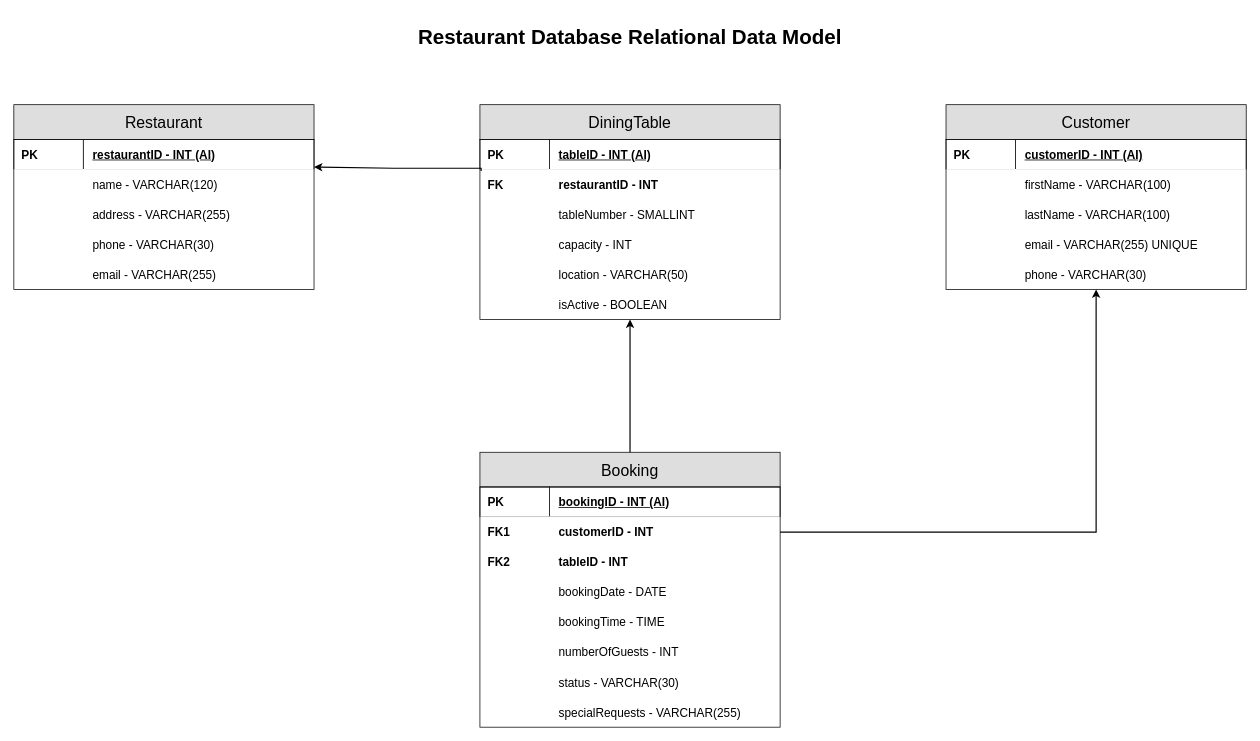
Earlier version of the draw.io diagram diagrams/Restaurant_Database_RDM.drawio (natalialukacova/RestaurantDB). Source tidied: cells renumbered, new cells numbered last; positions are measured from the earlier drawing's top-left corner, leaving out a move shared by most shapes. Both pictures are drawn from the tidied source at 79%, with x=0, y=0 at pixel (13, 13).
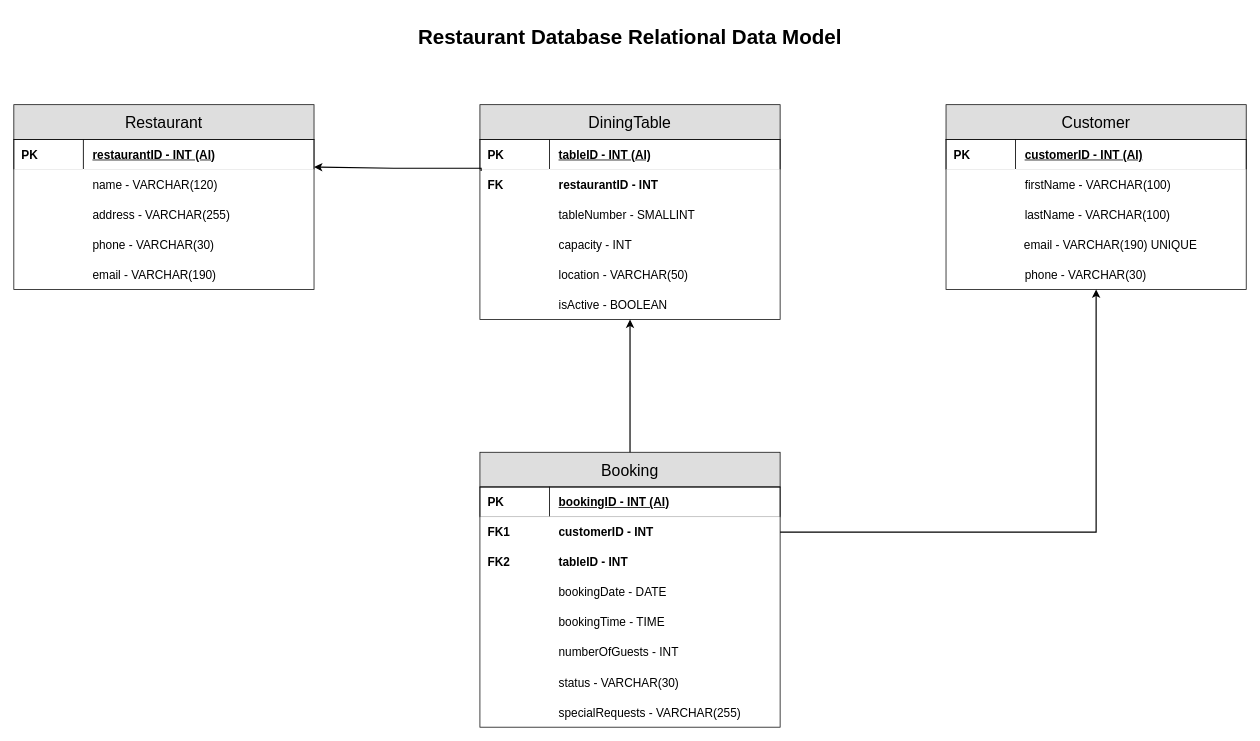
The same diagram, later.

Commit message (it also covers changes not shown here):
Update email field length in RDM diagram

Change to the diagram source:
```diff
@@
-    <mxCell id="13" value="email - VARCHAR(255)" style="rounded=0;whiteSpace=wrap;html=1;fillColor=#ffffff;strokeColor=#ffffff;align=left;verticalAlign=middle;spacingLeft=10;fontSize=15;" parent="1" vertex="1">
+    <mxCell id="13" value="email - VARCHAR(190)" style="rounded=0;whiteSpace=wrap;html=1;fillColor=#ffffff;strokeColor=#ffffff;align=left;verticalAlign=middle;spacingLeft=10;fontSize=15;" parent="1" vertex="1">
       <mxGeometry x="88" y="311" width="292" height="38" as="geometry" />
     </mxCell>
@@
-    <mxCell id="37" value="email - VARCHAR(255) UNIQUE" style="rounded=0;whiteSpace=wrap;html=1;fillColor=#ffffff;strokeColor=#ffffff;align=left;verticalAlign=middle;spacingLeft=10;fontSize=15;" parent="1" vertex="1">
-      <mxGeometry x="1268" y="273" width="292" height="38" as="geometry" />
+    <mxCell id="37" value="email - VARCHAR(190) UNIQUE" style="rounded=0;whiteSpace=wrap;html=1;fillColor=#ffffff;strokeColor=#ffffff;align=left;verticalAlign=middle;spacingLeft=10;fontSize=15;" parent="1" vertex="1">
+      <mxGeometry x="1267" y="273" width="292" height="38" as="geometry" />
     </mxCell>
```
